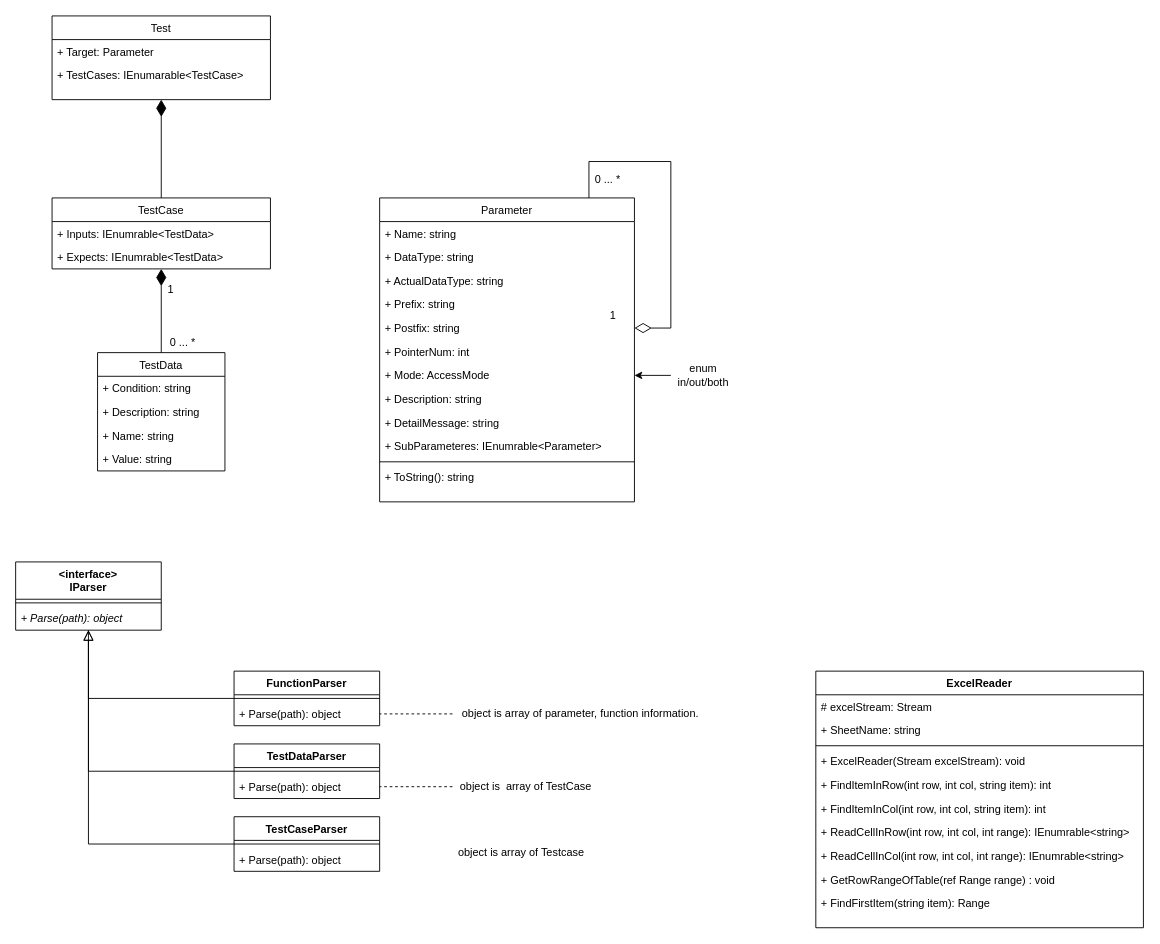
Above: page "class" (3 of 5) of AutoTestPrep/doc/design/AutoTestPrep.drawio in CountrySideEngineer/TestSupportTools (draw.io), before the change. Source tidied: cells renumbered, new cells numbered last; positions are measured from the earlier drawing's top-left corner, leaving out a move shared by most shapes. Both pictures are drawn from the tidied source at 91%, with x=0, y=0 at pixel (15, 15).
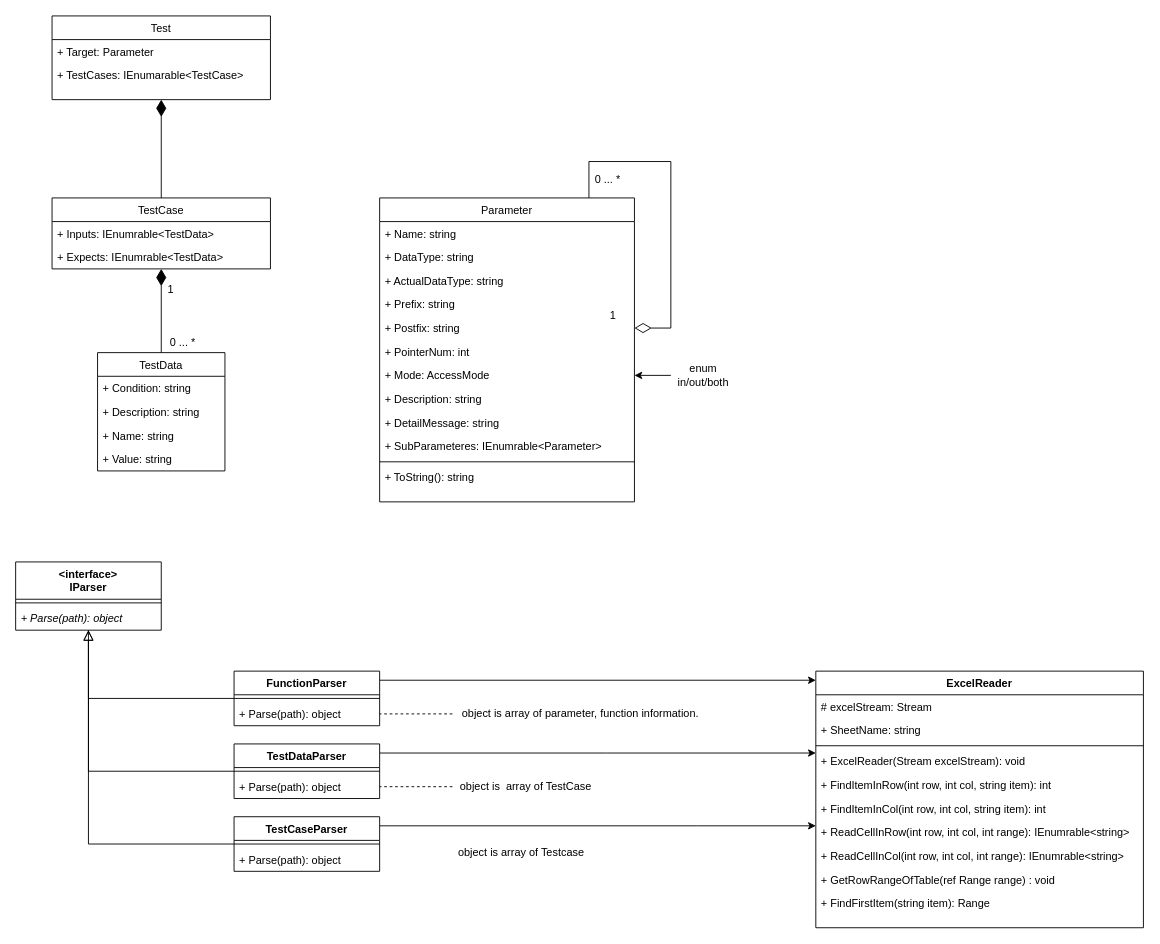
After the change.

Unchanged cells that the change refers to:
```xml
<mxCell id="36" value="TestDataParser" style="swimlane;fontStyle=1;align=center;verticalAlign=top;horizontal=1;startSize=26;" parent="1" vertex="1">
  <mxGeometry x="239.7" y="800" width="160" height="60" as="geometry" />
</mxCell>
<mxCell id="42" value="FunctionParser" style="swimlane;fontStyle=1;align=center;verticalAlign=top;horizontal=1;startSize=26;" parent="1" vertex="1">
  <mxGeometry x="239.7" y="720" width="160" height="60" as="geometry" />
</mxCell>
<mxCell id="48" value="TestCaseParser" style="swimlane;fontStyle=1;align=center;verticalAlign=top;horizontal=1;startSize=26;" parent="1" vertex="1">
  <mxGeometry x="239.7" y="880" width="160" height="60" as="geometry" />
</mxCell>
<mxCell id="57" value="ExcelReader" style="swimlane;fontStyle=1;align=center;verticalAlign=top;horizontal=1;startSize=26;" parent="1" vertex="1">
  <mxGeometry x="879" y="720" width="360" height="282" as="geometry" />
</mxCell>
```

What changed in the source:
```diff
@@
+    <mxCell id="69" style="edgeStyle=orthogonalEdgeStyle;rounded=0;jettySize=auto;html=1;" parent="1" edge="1" source="36" target="57">
+      <mxGeometry relative="1" as="geometry">
+        <Array as="points">
+          <mxPoint x="649" y="810" />
+          <mxPoint x="649" y="810" />
+        </Array>
+      </mxGeometry>
+    </mxCell>
@@
+    <mxCell id="70" style="edgeStyle=orthogonalEdgeStyle;rounded=0;jettySize=auto;html=1;" parent="1" edge="1" source="42" target="57">
+      <mxGeometry relative="1" as="geometry">
+        <Array as="points">
+          <mxPoint x="689" y="730" />
+          <mxPoint x="689" y="730" />
+        </Array>
+      </mxGeometry>
+    </mxCell>
@@
+    <mxCell id="71" style="edgeStyle=orthogonalEdgeStyle;rounded=0;jettySize=auto;html=1;" parent="1" edge="1" source="48" target="57">
+      <mxGeometry relative="1" as="geometry">
+        <Array as="points">
+          <mxPoint x="749" y="890" />
+          <mxPoint x="749" y="890" />
+        </Array>
+      </mxGeometry>
+    </mxCell>
```
